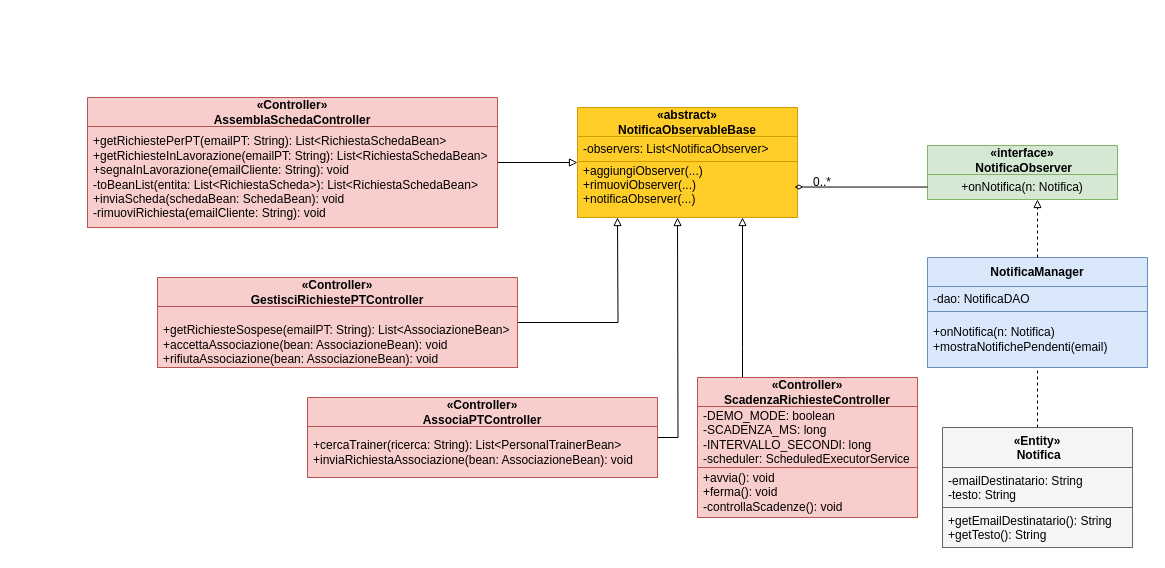
This is Design Level/Observer.drawio from FedericoSib/FitPlan, a draw.io file, before an edit. Source tidied: cells renumbered, new cells numbered last; positions are measured from the earlier drawing's top-left corner, leaving out a move shared by most shapes. Both pictures are drawn from the tidied source at 100%, with x=0, y=0 at pixel (87, 97).
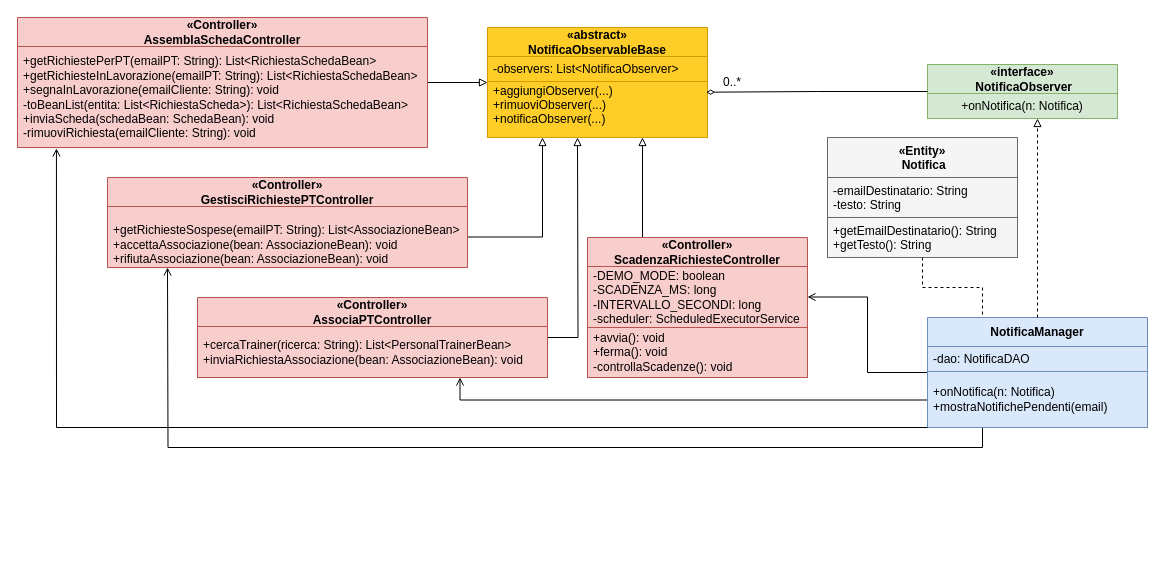
The same page after the edit.

Unchanged cells that the change refers to:
```xml
<mxCell id="4" value="&lt;div align=&quot;left&quot;&gt;+aggiungiObserver(...)&lt;/div&gt;&lt;div align=&quot;left&quot;&gt;+rimuoviObserver(...)&lt;/div&gt;&lt;div align=&quot;left&quot;&gt;+notificaObserver(...)&lt;/div&gt;&lt;br&gt;    " style="text;html=1;strokeColor=#d79b00;fillColor=#ffcd28;align=left;verticalAlign=middle;spacingLeft=4;spacingRight=4;overflow=hidden;points=[[0,0.5],[1,0.5]];portConstraint=eastwest;whiteSpace=wrap;gradientColor=none;" parent="2" vertex="1">
  <mxGeometry y="54" width="220" height="56" as="geometry" />
</mxCell>
<mxCell id="6" value="+onNotifica(n: Notifica)" style="text;html=1;strokeColor=#82b366;fillColor=#d5e8d4;align=center;verticalAlign=middle;spacingLeft=4;spacingRight=4;overflow=hidden;points=[[0,0.5],[1,0.5]];portConstraint=eastwest;whiteSpace=wrap;gradientColor=none;" parent="5" vertex="1">
  <mxGeometry y="29" width="190" height="25" as="geometry" />
</mxCell>
<mxCell id="17" value="+getRichiestePerPT(emailPT: String): List&amp;lt;RichiestaSchedaBean&amp;gt;&lt;br&gt;+getRichiesteInLavorazione(emailPT: String): List&amp;lt;RichiestaSchedaBean&amp;gt;&lt;br&gt;+segnaInLavorazione(emailCliente: String): void&lt;br&gt;-toBeanList(entita: List&amp;lt;RichiestaScheda&amp;gt;): List&amp;lt;RichiestaSchedaBean&amp;gt;&lt;br&gt;+inviaScheda(schedaBean: SchedaBean): void&lt;br&gt;-rimuoviRichiesta(emailCliente: String): void" style="text;html=1;strokeColor=#b85450;fillColor=#f8cecc;align=left;verticalAlign=middle;spacingLeft=4;spacingRight=4;overflow=hidden;points=[[0,0.5],[1,0.5]];portConstraint=eastwest;whiteSpace=wrap;gradientColor=none;" parent="16" vertex="1">
  <mxGeometry y="29" width="410" height="101" as="geometry" />
</mxCell>
<mxCell id="23" value="-DEMO_MODE: boolean&lt;br&gt;-SCADENZA_MS: long&lt;br&gt;-INTERVALLO_SECONDI: long&lt;br&gt;-scheduler: ScheduledExecutorService" style="text;html=1;strokeColor=#b85450;fillColor=#f8cecc;align=left;verticalAlign=middle;spacingLeft=4;spacingRight=4;overflow=hidden;points=[[0,0.5],[1,0.5]];portConstraint=eastwest;whiteSpace=wrap;gradientColor=none;" parent="22" vertex="1">
  <mxGeometry y="29" width="220" height="61" as="geometry" />
</mxCell>
<mxCell id="27" value="&lt;br&gt;+getRichiesteSospese(emailPT: String): List&amp;lt;AssociazioneBean&amp;gt;&lt;br&gt;+accettaAssociazione(bean: AssociazioneBean): void&lt;br&gt;+rifiutaAssociazione(bean: AssociazioneBean): void" style="text;html=1;strokeColor=#b85450;fillColor=#f8cecc;align=left;verticalAlign=middle;spacingLeft=4;spacingRight=4;overflow=hidden;points=[[0,0.5],[1,0.5]];portConstraint=eastwest;whiteSpace=wrap;gradientColor=none;" parent="26" vertex="1">
  <mxGeometry y="29" width="360" height="61" as="geometry" />
</mxCell>
```

The edit, as a diff of the source:
```diff
@@
     <mxCell id="2" value="«abstract»&lt;br/&gt;    NotificaObservableBase" style="swimlane;fontStyle=1;align=center;verticalAlign=middle;horizontal=1;startSize=29;html=1;whiteSpace=wrap;fillColor=#ffcd28;gradientColor=none;strokeColor=#d79b00;" parent="1" vertex="1">
-      <mxGeometry x="490" y="10" width="220" height="110" as="geometry" />
+      <mxGeometry x="400" y="-70" width="220" height="110" as="geometry" />
     </mxCell>
@@
     <mxCell id="5" value="&lt;div&gt;«interface»&lt;/div&gt;&lt;div&gt;&amp;nbsp;NotificaObserver&lt;/div&gt;" style="swimlane;fontStyle=1;align=center;verticalAlign=middle;horizontal=1;startSize=29;html=1;whiteSpace=wrap;fillColor=#d5e8d4;gradientColor=none;strokeColor=#82b366;" parent="1" vertex="1">
-      <mxGeometry x="840" y="48" width="190" height="54" as="geometry" />
+      <mxGeometry x="840" y="-33" width="190" height="54" as="geometry" />
     </mxCell>
@@
+    <mxCell id="30" style="edgeStyle=orthogonalEdgeStyle;rounded=0;jettySize=auto;html=1;entryX=1;entryY=0.5;entryDx=0;entryDy=0;endArrow=open;endFill=0;" parent="1" edge="1" source="7" target="23">
+      <mxGeometry relative="1" as="geometry" />
+    </mxCell>
+    <mxCell id="31" style="edgeStyle=orthogonalEdgeStyle;rounded=0;jettySize=auto;html=1;exitX=0;exitY=0.75;exitDx=0;exitDy=0;entryX=0.75;entryY=1;entryDx=0;entryDy=0;endArrow=open;endFill=0;" parent="1" edge="1" source="7" target="19">
+      <mxGeometry relative="1" as="geometry" />
+    </mxCell>
+    <mxCell id="32" style="edgeStyle=orthogonalEdgeStyle;rounded=0;jettySize=auto;html=1;exitX=0.25;exitY=1;exitDx=0;exitDy=0;endArrow=open;endFill=0;" parent="1" edge="1" source="7">
+      <mxGeometry relative="1" as="geometry">
+        <mxPoint x="80" y="170" as="targetPoint" />
+      </mxGeometry>
+    </mxCell>
     <mxCell id="7" value="NotificaManager" style="swimlane;fontStyle=1;align=center;verticalAlign=middle;horizontal=1;startSize=29;html=1;whiteSpace=wrap;fillColor=#dae8fc;gradientColor=none;strokeColor=#6c8ebf;" parent="1" vertex="1">
-      <mxGeometry x="840" y="160" width="220" height="110" as="geometry" />
+      <mxGeometry x="840" y="220" width="220" height="110" as="geometry" />
     </mxCell>
@@
-    <mxCell id="11" style="edgeStyle=orthogonalEdgeStyle;rounded=0;jettySize=auto;html=1;entryX=0.5;entryY=1;entryDx=0;entryDy=0;endArrow=none;endFill=0;dashed=1;" parent="1" edge="1" source="12" target="7">
+    <mxCell id="11" style="edgeStyle=orthogonalEdgeStyle;rounded=0;jettySize=auto;html=1;entryX=0.25;entryY=0;entryDx=0;entryDy=0;endArrow=none;endFill=0;dashed=1;" parent="1" edge="1" source="12" target="7">
       <mxGeometry relative="1" as="geometry" />
     </mxCell>
     <mxCell id="12" value="&lt;div&gt;«Entity»&lt;/div&gt;&lt;div&gt;&amp;nbsp;Notifica&lt;/div&gt;" style="swimlane;fontStyle=1;align=center;verticalAlign=top;horizontal=1;startSize=40;whiteSpace=wrap;html=1;fillColor=#f5f5f5;gradientColor=none;strokeColor=#666666;" parent="1" vertex="1">
-      <mxGeometry x="855" y="330" width="190" height="120" as="geometry" />
+      <mxGeometry x="740" y="40" width="190" height="120" as="geometry" />
     </mxCell>
@@
     <mxCell id="16" value="&lt;div&gt;«Controller»&lt;/div&gt;&lt;div&gt;AssemblaSchedaController&lt;/div&gt;" style="swimlane;fontStyle=1;align=center;verticalAlign=middle;horizontal=1;startSize=29;html=1;whiteSpace=wrap;fillColor=#f8cecc;gradientColor=none;strokeColor=#b85450;" parent="1" vertex="1">
-      <mxGeometry width="410" height="130" as="geometry" />
+      <mxGeometry x="-70" y="-80" width="410" height="130" as="geometry" />
     </mxCell>
@@
-    <mxCell id="18" style="edgeStyle=orthogonalEdgeStyle;rounded=0;jettySize=auto;html=1;endArrow=block;endFill=0;" parent="1" edge="1" source="19">
-      <mxGeometry relative="1" as="geometry">
-        <mxPoint x="590" y="120" as="targetPoint" />
-      </mxGeometry>
-    </mxCell>
+    <mxCell id="33" style="edgeStyle=orthogonalEdgeStyle;rounded=0;jettySize=auto;html=1;endArrow=block;endFill=0;" parent="1" edge="1" source="19">
+      <mxGeometry relative="1" as="geometry">
+        <mxPoint x="490" y="40" as="targetPoint" />
+      </mxGeometry>
+    </mxCell>
     <mxCell id="19" value="&lt;div&gt;«Controller»&lt;/div&gt;&lt;div&gt;AssociaPTController&lt;/div&gt;" style="swimlane;fontStyle=1;align=center;verticalAlign=middle;horizontal=1;startSize=29;html=1;whiteSpace=wrap;fillColor=#f8cecc;gradientColor=none;strokeColor=#b85450;" parent="1" vertex="1">
-      <mxGeometry x="220" y="300" width="350" height="80" as="geometry" />
+      <mxGeometry x="110" y="200" width="350" height="80" as="geometry" />
     </mxCell>
@@
-    <mxCell id="21" style="edgeStyle=orthogonalEdgeStyle;rounded=0;jettySize=auto;html=1;entryX=0.75;entryY=1;entryDx=0;entryDy=0;endArrow=block;endFill=0;" parent="1" edge="1" source="22" target="2">
-      <mxGeometry relative="1" as="geometry">
-        <Array as="points">
-          <mxPoint x="655" y="250" />
-          <mxPoint x="655" y="250" />
-        </Array>
-      </mxGeometry>
-    </mxCell>
+    <mxCell id="34" style="edgeStyle=orthogonalEdgeStyle;rounded=0;jettySize=auto;html=1;endArrow=block;endFill=0;" parent="1" edge="1" source="22">
+      <mxGeometry relative="1" as="geometry">
+        <mxPoint x="555" y="40" as="targetPoint" />
+        <Array as="points">
+          <mxPoint x="555" y="270" />
+          <mxPoint x="555" y="270" />
+        </Array>
+      </mxGeometry>
+    </mxCell>
     <mxCell id="22" value="&lt;div&gt;«Controller»&lt;/div&gt;&lt;div&gt;ScadenzaRichiesteController&lt;/div&gt;" style="swimlane;fontStyle=1;align=center;verticalAlign=middle;horizontal=1;startSize=29;html=1;whiteSpace=wrap;fillColor=#f8cecc;gradientColor=none;strokeColor=#b85450;" parent="1" vertex="1">
-      <mxGeometry x="610" y="280" width="220" height="140" as="geometry" />
+      <mxGeometry x="500" y="140" width="220" height="140" as="geometry" />
     </mxCell>
@@
-    <mxCell id="25" style="edgeStyle=orthogonalEdgeStyle;rounded=0;jettySize=auto;html=1;endArrow=block;endFill=0;" parent="1" edge="1" source="26">
-      <mxGeometry relative="1" as="geometry">
-        <mxPoint x="530" y="120" as="targetPoint" />
-      </mxGeometry>
-    </mxCell>
+    <mxCell id="35" style="edgeStyle=orthogonalEdgeStyle;rounded=0;jettySize=auto;html=1;endArrow=block;endFill=0;entryX=0.25;entryY=1;entryDx=0;entryDy=0;exitX=1;exitY=0.5;exitDx=0;exitDy=0;" parent="1" edge="1" source="27" target="2">
+      <mxGeometry relative="1" as="geometry">
+        <Array as="points">
+          <mxPoint x="455" y="140" />
+        </Array>
+      </mxGeometry>
+    </mxCell>
     <mxCell id="26" value="&lt;div&gt;«Controller»&lt;/div&gt;&lt;div&gt;GestisciRichiestePTController&lt;/div&gt;" style="swimlane;fontStyle=1;align=center;verticalAlign=middle;horizontal=1;startSize=29;html=1;whiteSpace=wrap;fillColor=#f8cecc;gradientColor=none;strokeColor=#b85450;" parent="1" vertex="1">
-      <mxGeometry x="70" y="180" width="360" height="90" as="geometry" />
+      <mxGeometry x="20" y="80" width="360" height="90" as="geometry" />
     </mxCell>
@@
     <mxCell id="28" value="0..*" style="text;html=1;whiteSpace=wrap;strokeColor=none;fillColor=none;align=center;verticalAlign=middle;rounded=0;" parent="1" vertex="1">
-      <mxGeometry x="720" y="80" width="30" height="10" as="geometry" />
+      <mxGeometry x="630" y="-20" width="30" height="10" as="geometry" />
     </mxCell>
-    <mxCell id="29" style="edgeStyle=orthogonalEdgeStyle;rounded=0;jettySize=auto;html=1;entryX=0.986;entryY=0.456;entryDx=0;entryDy=0;entryPerimeter=0;endArrow=diamondThin;endFill=0;" parent="1" edge="1" source="6" target="4">
-      <mxGeometry relative="1" as="geometry" />
-    </mxCell>
+    <mxCell id="36" style="edgeStyle=orthogonalEdgeStyle;rounded=0;jettySize=auto;html=1;entryX=0.994;entryY=0.191;entryDx=0;entryDy=0;entryPerimeter=0;endArrow=diamondThin;endFill=0;" parent="1" edge="1" source="5" target="4">
+      <mxGeometry relative="1" as="geometry" />
+    </mxCell>
+    <mxCell id="37" style="edgeStyle=orthogonalEdgeStyle;rounded=0;jettySize=auto;html=1;exitX=0;exitY=1;exitDx=0;exitDy=0;entryX=0.095;entryY=1.009;entryDx=0;entryDy=0;entryPerimeter=0;endArrow=open;endFill=0;" parent="1" edge="1" source="7" target="17">
+      <mxGeometry relative="1" as="geometry">
+        <Array as="points">
+          <mxPoint x="-31" y="330" />
+        </Array>
+      </mxGeometry>
+    </mxCell>
```
